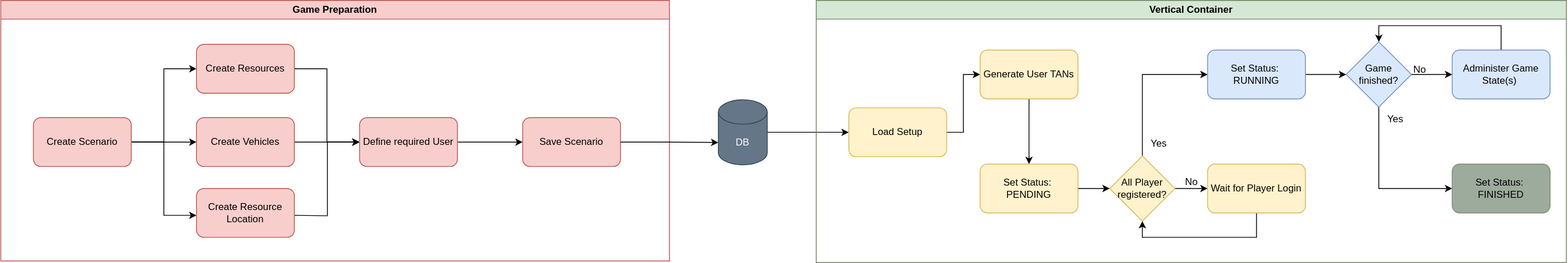
Before: doc/server/Scenario Flow.svg, a diagram exported from draw.io (MANVSim/MANVSim). Source tidied: cells renumbered, new cells last; positions are measured from the earlier drawing's top-left corner, leaving out a move shared by most shapes.
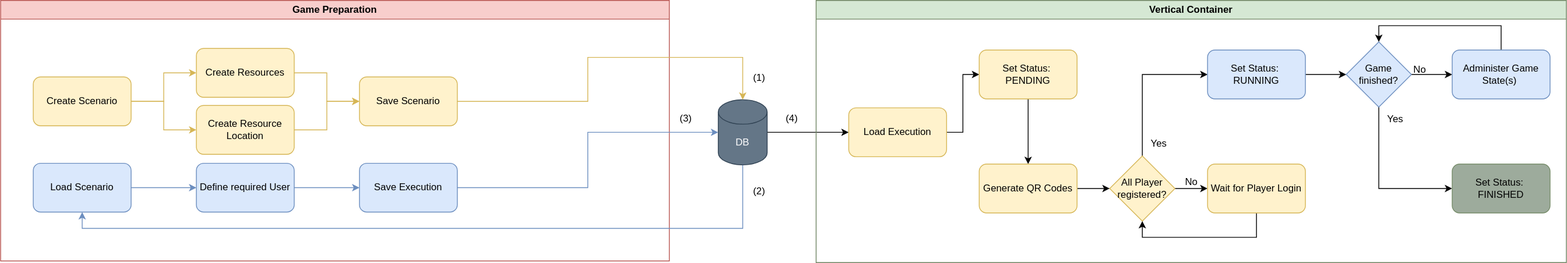
Above is the later version.

Commit message:
update scenario flow docu

Diff of the diagram source:
```diff
@@ -5,82 +5,73 @@
     <mxCell id="2" value="Game Preparation" style="swimlane;whiteSpace=wrap;html=1;fillColor=#f8cecc;strokeColor=#b85450;" parent="1" vertex="1">
       <mxGeometry width="820" height="320" as="geometry" />
     </mxCell>
-    <mxCell id="3" style="edgeStyle=orthogonalEdgeStyle;rounded=0;jettySize=auto;html=1;entryX=0;entryY=0.5;entryDx=0;entryDy=0;" parent="2" edge="1" source="6" target="10">
-      <mxGeometry relative="1" as="geometry" />
-    </mxCell>
-    <mxCell id="4" style="edgeStyle=orthogonalEdgeStyle;rounded=0;jettySize=auto;html=1;entryX=0;entryY=0.5;entryDx=0;entryDy=0;" parent="2" edge="1" source="6" target="8">
+    <mxCell id="4" style="edgeStyle=orthogonalEdgeStyle;rounded=0;jettySize=auto;html=1;entryX=0;entryY=0.5;entryDx=0;entryDy=0;fillColor=#fff2cc;strokeColor=#d6b656;" parent="2" edge="1" source="6" target="8">
       <mxGeometry relative="1" as="geometry" />
     </mxCell>
-    <mxCell id="5" style="edgeStyle=orthogonalEdgeStyle;rounded=0;jettySize=auto;html=1;entryX=0;entryY=0.5;entryDx=0;entryDy=0;" parent="2" edge="1" source="6">
-      <mxGeometry relative="1" as="geometry">
-        <mxPoint x="240" y="264" as="targetPoint" />
-        <Array as="points">
-          <mxPoint x="200" y="174" />
-          <mxPoint x="200" y="264" />
-        </Array>
-      </mxGeometry>
-    </mxCell>
+    <mxCell id="43" style="edgeStyle=orthogonalEdgeStyle;rounded=0;jettySize=auto;html=1;fillColor=#fff2cc;strokeColor=#d6b656;" parent="2" edge="1" source="6" target="12">
+      <mxGeometry relative="1" as="geometry" />
+    </mxCell>
-    <mxCell id="6" value="Create Scenario" style="rounded=1;whiteSpace=wrap;html=1;fillColor=#f8cecc;strokeColor=#b85450;" parent="2" vertex="1">
-      <mxGeometry x="40" y="144" width="120" height="60" as="geometry" />
+    <mxCell id="6" value="Create Scenario" style="rounded=1;whiteSpace=wrap;html=1;fillColor=#fff2cc;strokeColor=#d6b656;" parent="2" vertex="1">
+      <mxGeometry x="40" y="94" width="120" height="60" as="geometry" />
     </mxCell>
-    <mxCell id="7" style="edgeStyle=orthogonalEdgeStyle;rounded=0;jettySize=auto;html=1;entryX=0;entryY=0.5;entryDx=0;entryDy=0;" parent="2" edge="1" source="8" target="15">
-      <mxGeometry relative="1" as="geometry" />
-    </mxCell>
+    <mxCell id="44" style="edgeStyle=orthogonalEdgeStyle;rounded=0;jettySize=auto;html=1;entryX=0;entryY=0.5;entryDx=0;entryDy=0;fillColor=#fff2cc;strokeColor=#d6b656;" parent="2" edge="1" source="8" target="48">
+      <mxGeometry relative="1" as="geometry" />
+    </mxCell>
-    <mxCell id="8" value="Create Resources" style="rounded=1;whiteSpace=wrap;html=1;fillColor=#f8cecc;strokeColor=#b85450;" parent="2" vertex="1">
-      <mxGeometry x="240" y="54" width="120" height="60" as="geometry" />
+    <mxCell id="8" value="Create Resources" style="rounded=1;whiteSpace=wrap;html=1;fillColor=#fff2cc;strokeColor=#d6b656;" parent="2" vertex="1">
+      <mxGeometry x="240" y="59" width="120" height="60" as="geometry" />
     </mxCell>
-    <mxCell id="9" style="edgeStyle=orthogonalEdgeStyle;rounded=0;jettySize=auto;html=1;entryX=0;entryY=0.5;entryDx=0;entryDy=0;" parent="2" edge="1" source="10" target="15">
-      <mxGeometry relative="1" as="geometry" />
-    </mxCell>
-    <mxCell id="10" value="Create Vehicles" style="rounded=1;whiteSpace=wrap;html=1;fillColor=#f8cecc;strokeColor=#b85450;" parent="2" vertex="1">
-      <mxGeometry x="240" y="144" width="120" height="60" as="geometry" />
-    </mxCell>
-    <mxCell id="11" style="edgeStyle=orthogonalEdgeStyle;rounded=0;jettySize=auto;html=1;entryX=0;entryY=0.5;entryDx=0;entryDy=0;" parent="2" edge="1" target="15">
-      <mxGeometry relative="1" as="geometry">
-        <mxPoint x="360" y="264" as="sourcePoint" />
-      </mxGeometry>
-    </mxCell>
+    <mxCell id="45" style="edgeStyle=orthogonalEdgeStyle;rounded=0;jettySize=auto;html=1;entryX=0;entryY=0.5;entryDx=0;entryDy=0;fillColor=#fff2cc;strokeColor=#d6b656;" parent="2" edge="1" source="12" target="48">
+      <mxGeometry relative="1" as="geometry" />
+    </mxCell>
-    <mxCell id="12" value="Create Resource Location" style="rounded=1;whiteSpace=wrap;html=1;fillColor=#f8cecc;strokeColor=#b85450;" parent="2" vertex="1">
-      <mxGeometry x="240" y="231" width="120" height="60" as="geometry" />
+    <mxCell id="12" value="Create Resource Location" style="rounded=1;whiteSpace=wrap;html=1;fillColor=#fff2cc;strokeColor=#d6b656;" parent="2" vertex="1">
+      <mxGeometry x="240" y="129" width="120" height="60" as="geometry" />
     </mxCell>
-    <mxCell id="13" value="Save Scenario" style="rounded=1;whiteSpace=wrap;html=1;fillColor=#f8cecc;strokeColor=#b85450;" parent="2" vertex="1">
-      <mxGeometry x="640" y="144" width="120" height="60" as="geometry" />
+    <mxCell id="13" value="Save Execution" style="rounded=1;whiteSpace=wrap;html=1;fillColor=#dae8fc;strokeColor=#6c8ebf;" parent="2" vertex="1">
+      <mxGeometry x="440" y="200" width="120" height="60" as="geometry" />
     </mxCell>
-    <mxCell id="14" style="edgeStyle=orthogonalEdgeStyle;rounded=0;jettySize=auto;html=1;entryX=0;entryY=0.5;entryDx=0;entryDy=0;" parent="2" edge="1" source="15" target="13">
+    <mxCell id="14" style="edgeStyle=orthogonalEdgeStyle;rounded=0;jettySize=auto;html=1;entryX=0;entryY=0.5;entryDx=0;entryDy=0;fillColor=#dae8fc;strokeColor=#6c8ebf;" parent="2" edge="1" source="15" target="13">
       <mxGeometry relative="1" as="geometry" />
     </mxCell>
-    <mxCell id="15" value="Define required User" style="rounded=1;whiteSpace=wrap;html=1;fillColor=#f8cecc;strokeColor=#b85450;" parent="2" vertex="1">
-      <mxGeometry x="440" y="144" width="120" height="60" as="geometry" />
+    <mxCell id="15" value="Define required User" style="rounded=1;whiteSpace=wrap;html=1;fillColor=#dae8fc;strokeColor=#6c8ebf;" parent="2" vertex="1">
+      <mxGeometry x="240" y="200" width="120" height="60" as="geometry" />
     </mxCell>
+    <mxCell id="46" style="edgeStyle=orthogonalEdgeStyle;rounded=0;jettySize=auto;html=1;fillColor=#dae8fc;strokeColor=#6c8ebf;" parent="2" edge="1" source="47" target="15">
+      <mxGeometry relative="1" as="geometry" />
+    </mxCell>
+    <mxCell id="47" value="Load Scenario" style="rounded=1;whiteSpace=wrap;html=1;fillColor=#dae8fc;strokeColor=#6c8ebf;" parent="2" vertex="1">
+      <mxGeometry x="40" y="200" width="120" height="60" as="geometry" />
+    </mxCell>
+    <mxCell id="48" value="Save Scenario" style="rounded=1;whiteSpace=wrap;html=1;fillColor=#fff2cc;strokeColor=#d6b656;" parent="2" vertex="1">
+      <mxGeometry x="440" y="94" width="120" height="60" as="geometry" />
+    </mxCell>
     <mxCell id="16" style="edgeStyle=orthogonalEdgeStyle;rounded=0;jettySize=auto;html=1;entryX=0;entryY=0.5;entryDx=0;entryDy=0;" parent="1" edge="1" source="17" target="21">
       <mxGeometry relative="1" as="geometry" />
     </mxCell>
+    <mxCell id="49" style="edgeStyle=orthogonalEdgeStyle;rounded=0;jettySize=auto;html=1;entryX=0.5;entryY=1;entryDx=0;entryDy=0;fillColor=#dae8fc;strokeColor=#6c8ebf;" parent="1" edge="1" source="17" target="47">
+      <mxGeometry relative="1" as="geometry">
+        <Array as="points">
+          <mxPoint x="910" y="280" />
+          <mxPoint x="100" y="280" />
+        </Array>
+      </mxGeometry>
+    </mxCell>
     <mxCell id="17" value="DB" style="shape=cylinder3;whiteSpace=wrap;html=1;boundedLbl=1;backgroundOutline=1;size=15;fillColor=#647687;fontColor=#ffffff;strokeColor=#314354;" parent="1" vertex="1">
       <mxGeometry x="880" y="122" width="60" height="80" as="geometry" />
     </mxCell>
-    <mxCell id="18" style="edgeStyle=orthogonalEdgeStyle;rounded=0;jettySize=auto;html=1;entryX=0;entryY=0;entryDx=0;entryDy=52.5;entryPerimeter=0;" parent="1" edge="1" source="13" target="17">
-      <mxGeometry relative="1" as="geometry" />
-    </mxCell>
     <mxCell id="19" value="Vertical Container" style="swimlane;whiteSpace=wrap;html=1;fillColor=#d5e8d4;strokeColor=#6e8462;" parent="1" vertex="1">
       <mxGeometry x="1000" width="920" height="322" as="geometry" />
     </mxCell>
-    <mxCell id="20" style="edgeStyle=orthogonalEdgeStyle;rounded=0;jettySize=auto;html=1;entryX=0;entryY=0.5;entryDx=0;entryDy=0;" parent="19" edge="1" source="21" target="23">
-      <mxGeometry relative="1" as="geometry" />
-    </mxCell>
+    <mxCell id="50" style="edgeStyle=orthogonalEdgeStyle;rounded=0;jettySize=auto;html=1;entryX=0;entryY=0.5;entryDx=0;entryDy=0;" parent="19" edge="1" source="21" target="25">
+      <mxGeometry relative="1" as="geometry" />
+    </mxCell>
-    <mxCell id="21" value="Load Setup" style="rounded=1;whiteSpace=wrap;html=1;fillColor=#fff2cc;strokeColor=#d6b656;" parent="19" vertex="1">
+    <mxCell id="21" value="Load Execution" style="rounded=1;whiteSpace=wrap;html=1;fillColor=#fff2cc;strokeColor=#d6b656;" parent="19" vertex="1">
       <mxGeometry x="40" y="132" width="120" height="60" as="geometry" />
     </mxCell>
-    <mxCell id="22" style="edgeStyle=orthogonalEdgeStyle;rounded=0;jettySize=auto;html=1;entryX=0.5;entryY=0;entryDx=0;entryDy=0;" parent="19" edge="1" source="23" target="25">
-      <mxGeometry relative="1" as="geometry" />
-    </mxCell>
-    <mxCell id="23" value="Generate User TANs" style="rounded=1;whiteSpace=wrap;html=1;fillColor=#fff2cc;strokeColor=#d6b656;" parent="19" vertex="1">
-      <mxGeometry x="201" y="61" width="120" height="60" as="geometry" />
-    </mxCell>
-    <mxCell id="24" style="edgeStyle=orthogonalEdgeStyle;rounded=0;jettySize=auto;html=1;entryX=0;entryY=0.5;entryDx=0;entryDy=0;" parent="19" edge="1" source="25" target="28">
-      <mxGeometry relative="1" as="geometry" />
-    </mxCell>
+    <mxCell id="51" style="edgeStyle=orthogonalEdgeStyle;rounded=0;jettySize=auto;html=1;" parent="19" edge="1" source="25" target="53">
+      <mxGeometry relative="1" as="geometry" />
+    </mxCell>
     <mxCell id="25" value="Set&amp;nbsp;&lt;span style=&quot;background-color: initial;&quot;&gt;Status:&amp;nbsp;&lt;/span&gt;&lt;div&gt;&lt;span style=&quot;background-color: initial;&quot;&gt;PENDING&lt;/span&gt;&lt;/div&gt;" style="rounded=1;whiteSpace=wrap;html=1;fillColor=#fff2cc;strokeColor=#d6b656;" parent="19" vertex="1">
-      <mxGeometry x="201" y="201" width="120" height="60" as="geometry" />
+      <mxGeometry x="200" y="61" width="120" height="60" as="geometry" />
     </mxCell>
     <mxCell id="26" style="edgeStyle=orthogonalEdgeStyle;rounded=0;jettySize=auto;html=1;entryX=0;entryY=0.5;entryDx=0;entryDy=0;" parent="19" edge="1" source="28" target="32">
       <mxGeometry relative="1" as="geometry" />
@@ -151,5 +142,35 @@
     <mxCell id="42" value="Yes" style="text;html=1;align=center;verticalAlign=middle;strokeColor=none;fillColor=none;" parent="19" vertex="1">
       <mxGeometry x="690" y="131" width="40" height="30" as="geometry" />
     </mxCell>
+    <mxCell id="52" style="edgeStyle=orthogonalEdgeStyle;rounded=0;jettySize=auto;html=1;" parent="19" edge="1" source="53" target="28">
+      <mxGeometry relative="1" as="geometry" />
+    </mxCell>
+    <mxCell id="53" value="Generate QR Codes" style="rounded=1;whiteSpace=wrap;html=1;fillColor=#fff2cc;strokeColor=#d6b656;" parent="19" vertex="1">
+      <mxGeometry x="200" y="201" width="120" height="60" as="geometry" />
+    </mxCell>
+    <mxCell id="54" style="edgeStyle=orthogonalEdgeStyle;rounded=0;jettySize=auto;html=1;entryX=0.5;entryY=0;entryDx=0;entryDy=0;entryPerimeter=0;fillColor=#fff2cc;strokeColor=#d6b656;" parent="1" edge="1" source="48" target="17">
+      <mxGeometry relative="1" as="geometry">
+        <Array as="points">
+          <mxPoint x="720" y="124" />
+          <mxPoint x="720" y="70" />
+          <mxPoint x="910" y="70" />
+        </Array>
+      </mxGeometry>
+    </mxCell>
+    <mxCell id="18" style="edgeStyle=orthogonalEdgeStyle;rounded=0;jettySize=auto;html=1;entryX=0;entryY=0.5;entryDx=0;entryDy=0;entryPerimeter=0;fillColor=#dae8fc;strokeColor=#6c8ebf;" parent="1" edge="1" source="13" target="17">
+      <mxGeometry relative="1" as="geometry" />
+    </mxCell>
+    <mxCell id="55" value="(1)" style="text;html=1;align=center;verticalAlign=middle;strokeColor=none;fillColor=none;" parent="1" vertex="1">
+      <mxGeometry x="910" y="80" width="40" height="30" as="geometry" />
+    </mxCell>
+    <mxCell id="56" value="(2)" style="text;html=1;align=center;verticalAlign=middle;strokeColor=none;fillColor=none;" parent="1" vertex="1">
+      <mxGeometry x="910" y="220" width="40" height="30" as="geometry" />
+    </mxCell>
+    <mxCell id="57" value="(3)" style="text;html=1;align=center;verticalAlign=middle;strokeColor=none;fillColor=none;" parent="1" vertex="1">
+      <mxGeometry x="820" y="130" width="40" height="30" as="geometry" />
+    </mxCell>
+    <mxCell id="58" value="(4)" style="text;html=1;align=center;verticalAlign=middle;strokeColor=none;fillColor=none;" parent="1" vertex="1">
+      <mxGeometry x="950" y="130" width="40" height="30" as="geometry" />
+    </mxCell>
   </root>
 </mxGraphModel>
```
